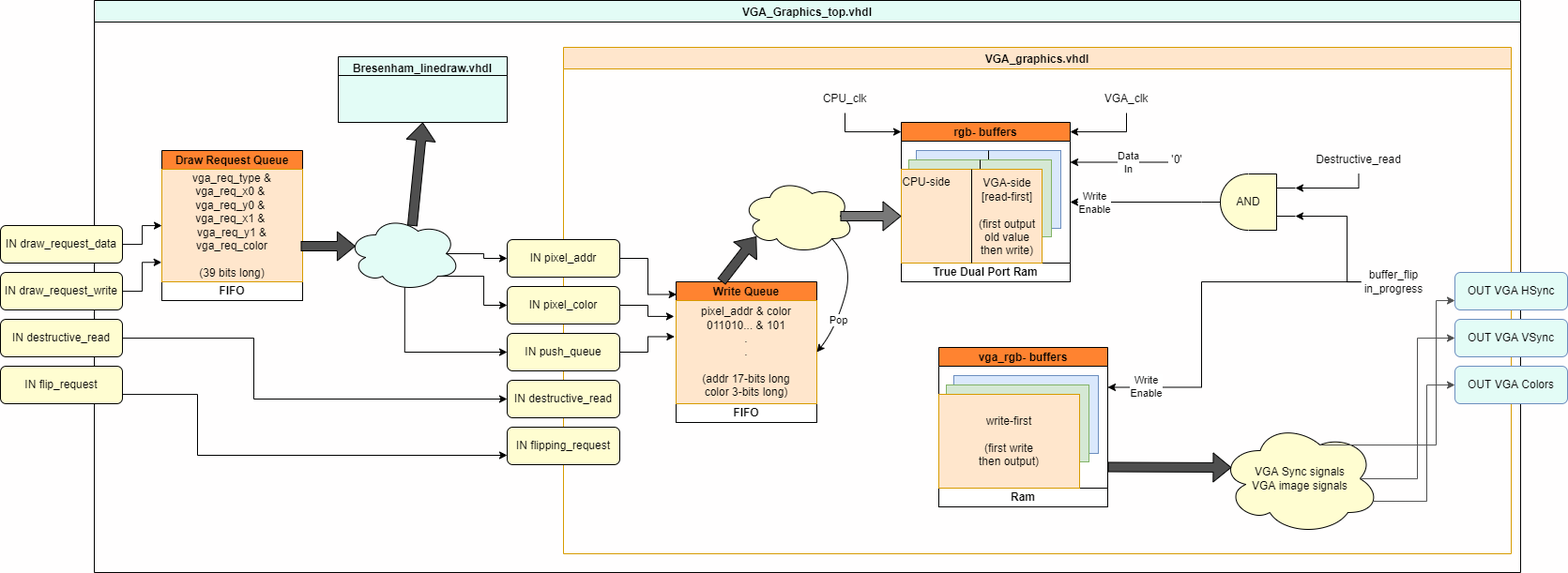
im-henri/helloworld keeps this draw.io diagram as images/fgpa_vga_block_diagram.png. Above is the earlier version. Source tidied: cells renumbered, new cells last; positions are measured from the earlier drawing's top-left corner, leaving out a move shared by most shapes.
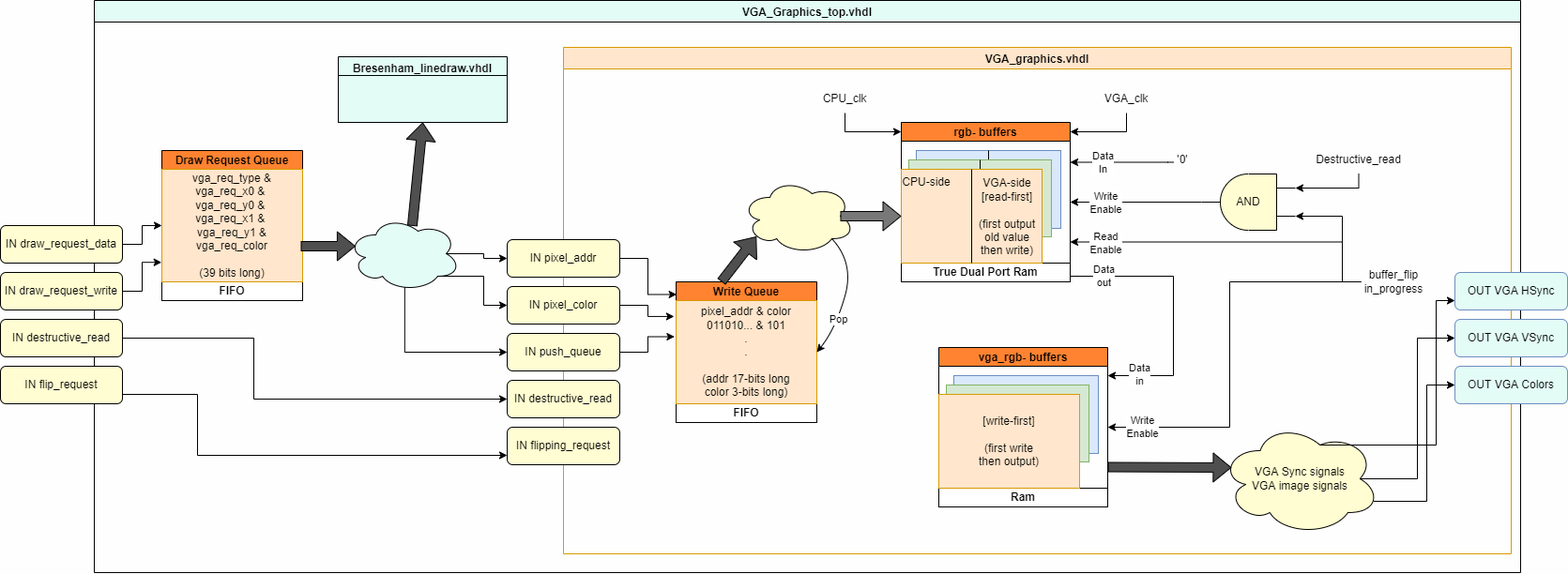
Above is the later version.

Diff of the diagram source:
```diff
@@ -50,7 +50,7 @@
     <mxCell id="17" style="rounded=0;whiteSpace=wrap;html=1;labelBackgroundColor=none;fillColor=#d5e8d4;strokeColor=#82b366;" parent="14" vertex="1">
       <mxGeometry x="8" y="40" width="152" height="82" as="geometry" />
     </mxCell>
-    <mxCell id="18" value="write-first&lt;br&gt;&lt;br&gt;(first write&lt;br&gt;then output)" style="rounded=0;whiteSpace=wrap;html=1;labelBackgroundColor=none;fillColor=#ffe6cc;strokeColor=#d79b00;" parent="14" vertex="1">
+    <mxCell id="18" value="[write-first]&lt;br&gt;&lt;br&gt;(first write&lt;br&gt;then output)" style="rounded=0;whiteSpace=wrap;html=1;labelBackgroundColor=none;fillColor=#ffe6cc;strokeColor=#d79b00;" parent="14" vertex="1">
       <mxGeometry y="50" width="150" height="100" as="geometry" />
     </mxCell>
     <mxCell id="19" value="VGA Sync signals&lt;br&gt;VGA image signals" style="ellipse;shape=cloud;whiteSpace=wrap;html=1;labelBackgroundColor=none;fillColor=#FFFDD1;gradientColor=none;" parent="3" vertex="1">
@@ -67,17 +67,19 @@
       </mxGeometry>
     </mxCell>
     <mxCell id="22" value="Data&lt;br&gt;In" style="edgeLabel;html=1;align=center;verticalAlign=middle;" parent="21" vertex="1">
-      <mxGeometry x="-0.17" relative="1" as="geometry" />
+      <mxGeometry x="-0.17" relative="1" as="geometry">
+        <mxPoint x="-30" as="offset" />
+      </mxGeometry>
     </mxCell>
     <mxCell id="23" value="'0'" style="text;html=1;strokeColor=none;fillColor=none;align=center;verticalAlign=middle;whiteSpace=wrap;rounded=0;labelBackgroundColor=none;" parent="3" vertex="1">
-      <mxGeometry x="644" y="110" width="20" height="20" as="geometry" />
+      <mxGeometry x="650" y="110" width="20" height="20" as="geometry" />
     </mxCell>
     <mxCell id="24" style="endArrow=classic;html=1;rounded=0;entryX=1;entryY=0.5;entryDx=0;entryDy=0;exitX=1;exitY=0.5;exitDx=0;exitDy=0;exitPerimeter=0;" parent="3" edge="1" source="42" target="4">
       <mxGeometry relative="1" as="geometry" />
     </mxCell>
     <mxCell id="25" value="Write&lt;br&gt;Enable" style="edgeLabel;html=1;align=center;verticalAlign=middle;" parent="24" vertex="1">
       <mxGeometry x="-0.38" y="2" relative="1" as="geometry">
-        <mxPoint x="-71" y="-2" as="offset" />
+        <mxPoint x="-59" y="-1" as="offset" />
       </mxGeometry>
     </mxCell>
     <mxCell id="26" style="ellipse;shape=cloud;whiteSpace=wrap;html=1;labelBackgroundColor=none;fillColor=#FFFDD1;gradientColor=none;" parent="3" vertex="1">
@@ -89,24 +91,38 @@
     <mxCell id="28" style="edgeStyle=orthogonalEdgeStyle;rounded=0;jettySize=auto;html=1;entryX=0;entryY=0.25;entryDx=0;entryDy=0;entryPerimeter=0;" parent="3" edge="1" source="29" target="42">
       <mxGeometry relative="1" as="geometry">
         <Array as="points">
-          <mxPoint x="835" y="180" />
+          <mxPoint x="830" y="250" />
+          <mxPoint x="830" y="180" />
         </Array>
       </mxGeometry>
     </mxCell>
+    <mxCell id="79" style="edgeStyle=orthogonalEdgeStyle;rounded=0;jettySize=auto;html=1;entryX=1;entryY=0.75;entryDx=0;entryDy=0;strokeColor=#000000;" parent="3" edge="1" source="29" target="4">
+      <mxGeometry relative="1" as="geometry">
+        <Array as="points">
+          <mxPoint x="830" y="250" />
+          <mxPoint x="830" y="207" />
+        </Array>
+      </mxGeometry>
+    </mxCell>
+    <mxCell id="80" value="Read&lt;br&gt;Enable" style="edgeLabel;html=1;align=center;verticalAlign=middle;" parent="79" vertex="1">
+      <mxGeometry x="0.74" y="2" relative="1" as="geometry">
+        <mxPoint x="-8" y="-1" as="offset" />
+      </mxGeometry>
+    </mxCell>
     <mxCell id="29" value="buffer_flip&lt;br&gt;in_progress" style="text;html=1;strokeColor=none;fillColor=none;align=center;verticalAlign=middle;whiteSpace=wrap;rounded=0;labelBackgroundColor=none;" parent="3" vertex="1">
       <mxGeometry x="850" y="230" width="70" height="40" as="geometry" />
     </mxCell>
-    <mxCell id="30" style="edgeStyle=orthogonalEdgeStyle;rounded=0;jettySize=auto;html=1;entryX=1;entryY=0.25;entryDx=0;entryDy=0;" parent="3" edge="1" source="29" target="14">
+    <mxCell id="30" style="edgeStyle=orthogonalEdgeStyle;rounded=0;jettySize=auto;html=1;entryX=1;entryY=0.5;entryDx=0;entryDy=0;" parent="3" edge="1" source="29" target="14">
       <mxGeometry relative="1" as="geometry">
         <Array as="points">
-          <mxPoint x="680" y="250" />
-          <mxPoint x="680" y="363" />
+          <mxPoint x="710" y="250" />
+          <mxPoint x="710" y="405" />
         </Array>
       </mxGeometry>
     </mxCell>
     <mxCell id="31" value="Write&lt;br&gt;Enable" style="edgeLabel;html=1;align=center;verticalAlign=middle;" parent="30" vertex="1">
       <mxGeometry x="0.4" relative="1" as="geometry">
-        <mxPoint x="-60" y="13" as="offset" />
+        <mxPoint x="-91" as="offset" />
       </mxGeometry>
     </mxCell>
     <mxCell id="32" value="Write Queue" style="swimlane;labelBackgroundColor=none;fillColor=#FF8330;gradientColor=none;startSize=20;" parent="3" vertex="1">
@@ -203,7 +219,7 @@
     <mxCell id="56" value="OUT VGA VSync" style="rounded=1;whiteSpace=wrap;html=1;labelBackgroundColor=none;fillColor=#E3FCF6;strokeColor=#6c8ebf;" parent="2" vertex="1">
       <mxGeometry x="1450" y="340" width="120" height="40" as="geometry" />
     </mxCell>
-    <mxCell id="57" style="edgeStyle=orthogonalEdgeStyle;rounded=0;jettySize=auto;html=1;exitX=0.625;exitY=0.2;exitDx=0;exitDy=0;exitPerimeter=0;entryX=0;entryY=0.75;entryDx=0;entryDy=0;strokeColor=#4F4F4F;fillColor=#4F4F4F;" parent="2" edge="1" source="19" target="55">
+    <mxCell id="57" style="edgeStyle=orthogonalEdgeStyle;rounded=0;jettySize=auto;html=1;exitX=0.625;exitY=0.2;exitDx=0;exitDy=0;exitPerimeter=0;entryX=0;entryY=0.75;entryDx=0;entryDy=0;strokeColor=#000000;fillColor=#4F4F4F;" parent="2" edge="1" source="19" target="55">
       <mxGeometry relative="1" as="geometry">
         <Array as="points">
           <mxPoint x="1430" y="474" />
@@ -211,7 +227,7 @@
         </Array>
       </mxGeometry>
     </mxCell>
-    <mxCell id="58" style="edgeStyle=orthogonalEdgeStyle;rounded=0;jettySize=auto;html=1;exitX=0.875;exitY=0.5;exitDx=0;exitDy=0;exitPerimeter=0;entryX=0;entryY=0.5;entryDx=0;entryDy=0;strokeColor=#4F4F4F;fillColor=#4F4F4F;" parent="2" edge="1" source="19" target="56">
+    <mxCell id="58" style="edgeStyle=orthogonalEdgeStyle;rounded=0;jettySize=auto;html=1;exitX=0.875;exitY=0.5;exitDx=0;exitDy=0;exitPerimeter=0;entryX=0;entryY=0.5;entryDx=0;entryDy=0;strokeColor=#000000;fillColor=#4F4F4F;" parent="2" edge="1" source="19" target="56">
       <mxGeometry relative="1" as="geometry">
         <Array as="points">
           <mxPoint x="1410" y="510" />
@@ -219,7 +235,7 @@
         </Array>
       </mxGeometry>
     </mxCell>
-    <mxCell id="59" style="edgeStyle=orthogonalEdgeStyle;rounded=0;jettySize=auto;html=1;exitX=0.96;exitY=0.7;exitDx=0;exitDy=0;exitPerimeter=0;entryX=0;entryY=0.5;entryDx=0;entryDy=0;strokeColor=#4F4F4F;fillColor=#4F4F4F;" parent="2" edge="1" source="19" target="54">
+    <mxCell id="59" style="edgeStyle=orthogonalEdgeStyle;rounded=0;jettySize=auto;html=1;exitX=0.96;exitY=0.7;exitDx=0;exitDy=0;exitPerimeter=0;entryX=0;entryY=0.5;entryDx=0;entryDy=0;strokeColor=#000000;fillColor=#4F4F4F;" parent="2" edge="1" source="19" target="54">
       <mxGeometry relative="1" as="geometry">
         <Array as="points">
           <mxPoint x="1420" y="534" />
@@ -300,5 +316,25 @@
     <mxCell id="78" value="IN draw_request_data" style="rounded=1;whiteSpace=wrap;html=1;labelBackgroundColor=none;fillColor=#FFFDD1;gradientColor=none;" parent="1" vertex="1">
       <mxGeometry y="240" width="130" height="40" as="geometry" />
     </mxCell>
+    <mxCell id="81" style="edgeStyle=orthogonalEdgeStyle;rounded=0;jettySize=auto;html=1;exitX=1;exitY=0.75;exitDx=0;exitDy=0;" parent="1" edge="1" source="4">
+      <mxGeometry relative="1" as="geometry">
+        <mxPoint x="1180" y="400" as="targetPoint" />
+        <Array as="points">
+          <mxPoint x="1140" y="294" />
+          <mxPoint x="1250" y="294" />
+          <mxPoint x="1250" y="400" />
+        </Array>
+      </mxGeometry>
+    </mxCell>
+    <mxCell id="82" value="Data&lt;br&gt;out" style="edgeLabel;html=1;align=center;verticalAlign=middle;" parent="81" vertex="1">
+      <mxGeometry x="-0.84" y="2" relative="1" as="geometry">
+        <mxPoint x="34" y="10" as="offset" />
+      </mxGeometry>
+    </mxCell>
+    <mxCell id="83" value="Data&lt;br&gt;in" style="edgeLabel;html=1;align=center;verticalAlign=middle;" parent="81" vertex="1">
+      <mxGeometry x="0.7" y="-1" relative="1" as="geometry">
+        <mxPoint x="-15" as="offset" />
+      </mxGeometry>
+    </mxCell>
   </root>
 </mxGraphModel>
```
